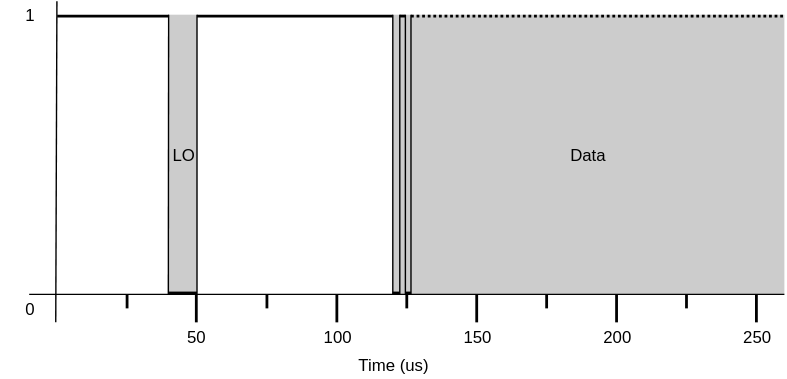
sabas1080/jacdac keeps this draw.io diagram as images/physical.svg. Above is the earlier version. Source tidied: cells renumbered, new cells last; positions are measured from the earlier drawing's top-left corner, leaving out a move shared by most shapes.
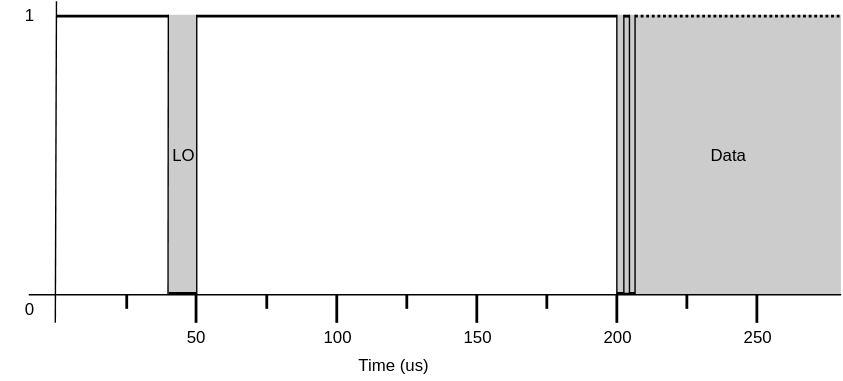
After the change.

Commit message:
update physical wire diagrams

What changed in the source:
```diff
@@ -6,7 +6,7 @@
       <mxGeometry x="120" y="10" width="20" height="200" as="geometry" />
     </mxCell>
     <mxCell id="3" value="Data" style="whiteSpace=wrap;html=1;dashed=1;dashPattern=1 1;fillColor=#CCCCCC;strokeColor=none;gradientColor=none;gradientDirection=north;" parent="1" vertex="1">
-      <mxGeometry x="280" y="10" width="280" height="200" as="geometry" />
+      <mxGeometry x="440" y="10" width="160" height="200" as="geometry" />
     </mxCell>
     <mxCell id="4" style="endArrow=none;html=1;exitX=1.021;exitY=0.021;exitPerimeter=0;" parent="1" edge="1">
       <mxGeometry relative="1" as="geometry">
@@ -14,9 +14,8 @@
         <mxPoint x="39" y="230" as="targetPoint" />
       </mxGeometry>
     </mxCell>
-    <mxCell id="5" style="endArrow=none;html=1;" parent="1" edge="1">
+    <mxCell id="5" style="endArrow=none;html=1;exitX=1.002;exitY=0.998;exitPerimeter=0;" parent="1" edge="1" source="3">
       <mxGeometry relative="1" as="geometry">
-        <mxPoint x="280.5" y="210" as="sourcePoint" />
         <mxPoint x="20" y="210" as="targetPoint" />
       </mxGeometry>
     </mxCell>
@@ -33,43 +32,42 @@
       <mxGeometry x="120" y="204" width="20" height="10" as="geometry" />
     </mxCell>
     <mxCell id="10" style="line;strokeWidth=2;html=1;" parent="1" vertex="1">
-      <mxGeometry x="140" y="6" width="140" height="10" as="geometry" />
+      <mxGeometry x="140" y="6" width="300" height="10" as="geometry" />
     </mxCell>
     <mxCell id="11" style="endArrow=none;html=1;entryX=1;entryY=0.5;entryPerimeter=0;" parent="1" edge="1">
       <mxGeometry relative="1" as="geometry">
-        <mxPoint x="280" y="210" as="sourcePoint" />
-        <mxPoint x="280" y="10" as="targetPoint" />
+        <mxPoint x="440" y="210" as="sourcePoint" />
+        <mxPoint x="440" y="10" as="targetPoint" />
       </mxGeometry>
     </mxCell>
     <mxCell id="12" style="endArrow=none;html=1;entryX=1;entryY=0.5;entryPerimeter=0;" parent="1" edge="1">
       <mxGeometry relative="1" as="geometry">
-        <mxPoint x="285" y="210" as="sourcePoint" />
-        <mxPoint x="285" y="10" as="targetPoint" />
+        <mxPoint x="445" y="210" as="sourcePoint" />
+        <mxPoint x="445" y="10" as="targetPoint" />
       </mxGeometry>
     </mxCell>
     <mxCell id="13" style="endArrow=none;html=1;entryX=1;entryY=0.5;entryPerimeter=0;" parent="1" edge="1">
       <mxGeometry relative="1" as="geometry">
-        <mxPoint x="289" y="210" as="sourcePoint" />
-        <mxPoint x="289" y="10" as="targetPoint" />
+        <mxPoint x="449" y="210" as="sourcePoint" />
+        <mxPoint x="449" y="10" as="targetPoint" />
       </mxGeometry>
     </mxCell>
     <mxCell id="14" style="endArrow=none;html=1;entryX=1;entryY=0.5;entryPerimeter=0;" parent="1" edge="1">
       <mxGeometry relative="1" as="geometry">
-        <mxPoint x="293" y="210" as="sourcePoint" />
-        <mxPoint x="293" y="10" as="targetPoint" />
+        <mxPoint x="453" y="210" as="sourcePoint" />
+        <mxPoint x="453" y="10" as="targetPoint" />
       </mxGeometry>
     </mxCell>
     <mxCell id="15" style="line;strokeWidth=2;html=1;" parent="1" vertex="1">
-      <mxGeometry x="285" y="6" width="4" height="10" as="geometry" />
+      <mxGeometry x="445" y="6" width="4" height="10" as="geometry" />
     </mxCell>
-    <mxCell id="16" style="endArrow=none;html=1;" parent="1" edge="1">
+    <mxCell id="16" style="endArrow=none;html=1;" parent="1" edge="1" source="26">
       <mxGeometry relative="1" as="geometry">
-        <mxPoint x="560" y="210" as="sourcePoint" />
-        <mxPoint x="280" y="210" as="targetPoint" />
+        <mxPoint x="440" y="210" as="targetPoint" />
       </mxGeometry>
     </mxCell>
     <mxCell id="17" style="line;strokeWidth=2;html=1;dashed=1;dashPattern=1 1;" parent="1" vertex="1">
-      <mxGeometry x="293" y="6" width="267" height="10" as="geometry" />
+      <mxGeometry x="453" y="6" width="147" height="10" as="geometry" />
     </mxCell>
     <mxCell id="18" style="endArrow=none;html=1;entryX=1;entryY=0.5;entryPerimeter=0;" parent="1" edge="1">
       <mxGeometry relative="1" as="geometry">
@@ -113,12 +111,6 @@
         <mxPoint x="240" y="210" as="targetPoint" />
       </mxGeometry>
     </mxCell>
-    <mxCell id="26" style="line;strokeWidth=2;html=1;" parent="1" vertex="1">
-      <mxGeometry x="280" y="204" width="5" height="10" as="geometry" />
-    </mxCell>
-    <mxCell id="27" style="line;strokeWidth=2;html=1;" parent="1" vertex="1">
-      <mxGeometry x="289" y="204" width="4" height="10" as="geometry" />
-    </mxCell>
     <mxCell id="28" value="150&lt;br&gt;" style="text;html=1;strokeColor=none;fillColor=none;align=center;verticalAlign=middle;whiteSpace=wrap;rounded=0;dashed=1;dashPattern=1 1;" parent="1" vertex="1">
       <mxGeometry x="320" y="230" width="40" height="20" as="geometry" />
     </mxCell>
@@ -167,5 +159,14 @@
         <mxPoint x="540" y="210" as="targetPoint" />
       </mxGeometry>
     </mxCell>
+    <mxCell id="26" style="line;strokeWidth=2;html=1;" parent="1" vertex="1">
+      <mxGeometry x="440" y="204" width="5" height="10" as="geometry" />
+    </mxCell>
+    <mxCell id="38" style="endArrow=none;html=1;" parent="1" edge="1" source="27" target="26">
+      <mxGeometry relative="1" as="geometry" />
+    </mxCell>
+    <mxCell id="27" style="line;strokeWidth=2;html=1;" parent="1" vertex="1">
+      <mxGeometry x="449" y="204" width="4" height="10" as="geometry" />
+    </mxCell>
   </root>
 </mxGraphModel>
```
